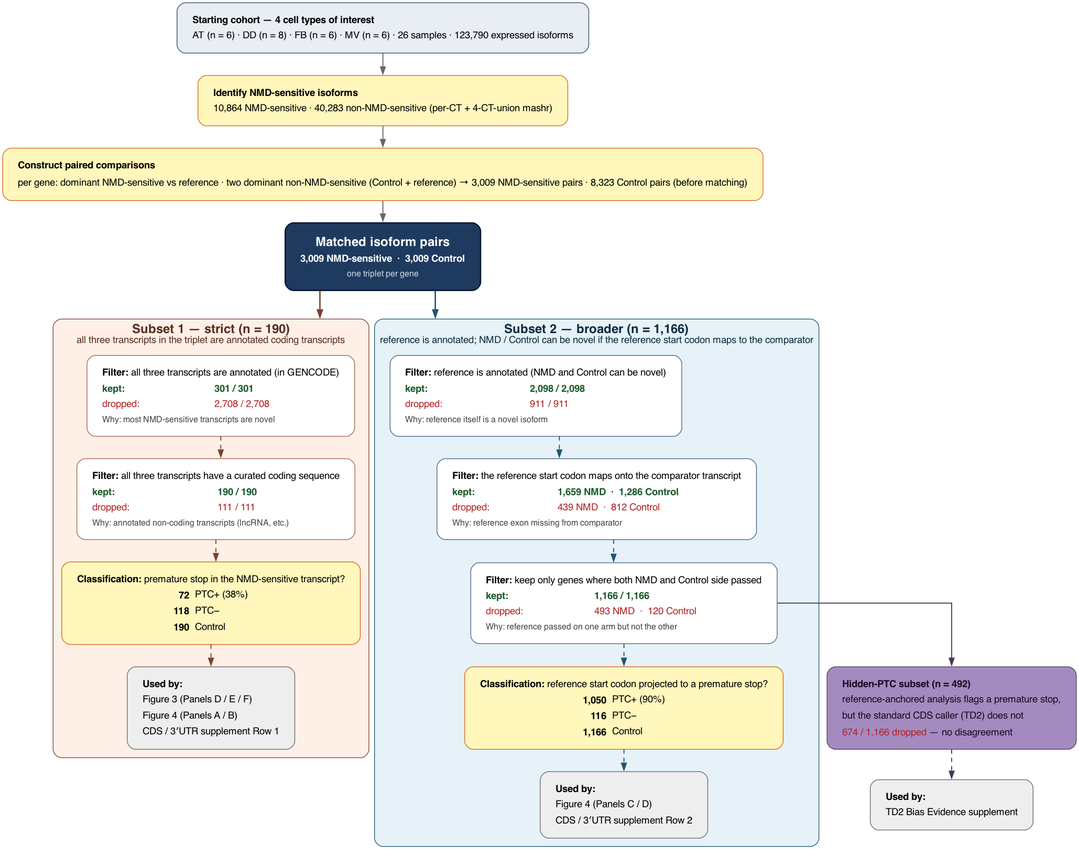
peter4244/nmd_isopair_analysis keeps this Graphviz diagram as figures/SupplementalFigures/SF28_PairAnalysisFlowchart/figure_s_pair_analysis_flowchart.png. Above is the earlier version. Its source is kept beside it as figures/SupplementalFigures/SF28_PairAnalysisFlowchart/figure_s_pair_analysis_flowchart.dot.
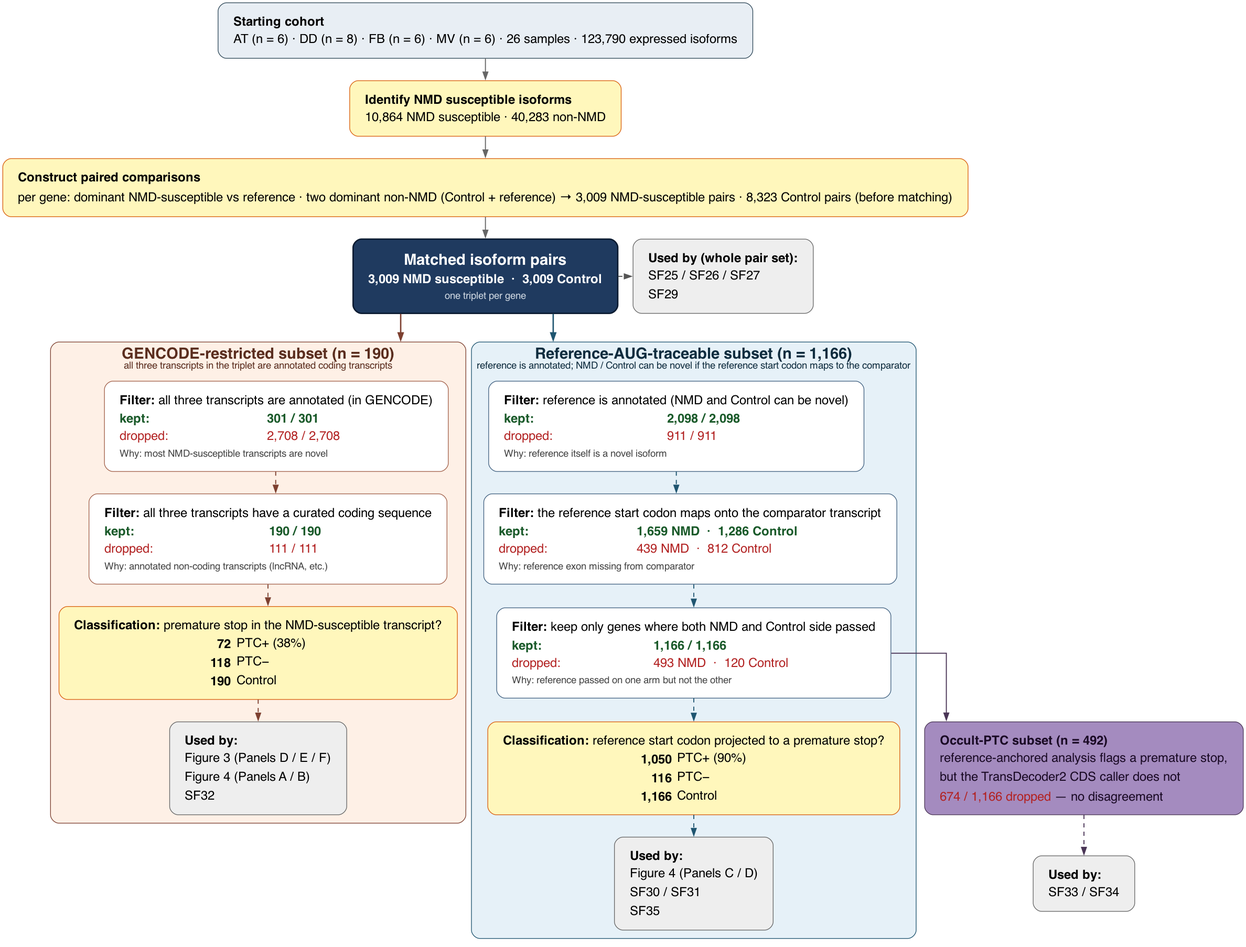
The same file after the commit.

Change to the diagram source:
```diff
@@ -2,27 +2,27 @@
   graph [rankdir=TB, fontname="Helvetica", nodesep=0.30, ranksep=0.45,
          splines=ortho, compound=true]
   node  [shape=box, style="rounded,filled", fontname="Helvetica",
-         fontsize=14, margin="0.25,0.18"]
+         fontsize=18, margin="0.25,0.18"]
   edge  [color="#666", penwidth=1.4, fontname="Helvetica",
-         fontsize=12, fontcolor="#444"]
+         fontsize=14, fontcolor="#444"]
 
-  U1 [label=<<TABLE BORDER="0" CELLBORDER="0" CELLSPACING="0" CELLPADDING="4"><TR><TD ALIGN="LEFT"><B>Starting cohort — 4 cell types of interest</B></TD></TR><TR><TD ALIGN="LEFT">AT (n = 6) · DD (n = 8) · FB (n = 6) · MV (n = 6) · 26 samples · 123,790 expressed isoforms</TD></TR></TABLE>>, fillcolor="#e8eef4", color="#2f4858"]
-  U2 [label=<<TABLE BORDER="0" CELLBORDER="0" CELLSPACING="0" CELLPADDING="4"><TR><TD ALIGN="LEFT"><B>Identify NMD-sensitive isoforms</B></TD></TR><TR><TD ALIGN="LEFT">10,864 NMD-sensitive · 40,283 non-NMD-sensitive (per-CT + 4-CT-union mashr)</TD></TR></TABLE>>, fillcolor="#fff7bc", color="#d95f0e"]
-  U3 [label=<<TABLE BORDER="0" CELLBORDER="0" CELLSPACING="0" CELLPADDING="4"><TR><TD ALIGN="LEFT"><B>Construct paired comparisons</B></TD></TR><TR><TD ALIGN="LEFT">per gene: dominant NMD-sensitive vs reference · two dominant non-NMD-sensitive (Control + reference) → 3,009 NMD-sensitive pairs · 8,323 Control pairs (before matching)</TD></TR></TABLE>>, fillcolor="#fff7bc", color="#d95f0e"]
+  U1 [label=<<TABLE BORDER="0" CELLBORDER="0" CELLSPACING="0" CELLPADDING="4"><TR><TD ALIGN="LEFT"><B>Starting cohort</B></TD></TR><TR><TD ALIGN="LEFT">AT (n = 6) · DD (n = 8) · FB (n = 6) · MV (n = 6) · 26 samples · 123,790 expressed isoforms</TD></TR></TABLE>>, fillcolor="#e8eef4", color="#2f4858"]
+  U2 [label=<<TABLE BORDER="0" CELLBORDER="0" CELLSPACING="0" CELLPADDING="4"><TR><TD ALIGN="LEFT"><B>Identify NMD susceptible isoforms</B></TD></TR><TR><TD ALIGN="LEFT">10,864 NMD susceptible · 40,283 non-NMD</TD></TR></TABLE>>, fillcolor="#fff7bc", color="#d95f0e"]
+  U3 [label=<<TABLE BORDER="0" CELLBORDER="0" CELLSPACING="0" CELLPADDING="4"><TR><TD ALIGN="LEFT"><B>Construct paired comparisons</B></TD></TR><TR><TD ALIGN="LEFT">per gene: dominant NMD-susceptible vs reference · two dominant non-NMD (Control + reference) → 3,009 NMD-susceptible pairs · 8,323 Control pairs (before matching)</TD></TR></TABLE>>, fillcolor="#fff7bc", color="#d95f0e"]
 
   U1 -> U2 -> U3
 
   HUB [label=<<TABLE BORDER="0" CELLBORDER="0" CELLSPACING="0" CELLPADDING="4">
-                <TR><TD ALIGN="CENTER"><FONT COLOR="white" POINT-SIZE="18"><B>Matched isoform pairs</B></FONT></TD></TR>
-                <TR><TD ALIGN="CENTER"><FONT COLOR="white"><B>3,009 NMD-sensitive  ·  3,009 Control</B></FONT></TD></TR>
-                <TR><TD ALIGN="CENTER"><FONT COLOR="#cfd8e2" POINT-SIZE="12">one triplet per gene</FONT></TD></TR>
+                <TR><TD ALIGN="CENTER"><FONT COLOR="white" POINT-SIZE="22"><B>Matched isoform pairs</B></FONT></TD></TR>
+                <TR><TD ALIGN="CENTER"><FONT COLOR="white"><B>3,009 NMD susceptible  ·  3,009 Control</B></FONT></TD></TR>
+                <TR><TD ALIGN="CENTER"><FONT COLOR="#cfd8e2" POINT-SIZE="14">one triplet per gene</FONT></TD></TR>
               </TABLE>>,
        fillcolor="#1f3a5f", color="#0a1a30", penwidth=2.0]
 
   U3 -> HUB
 
   subgraph cluster_S1 {
-    label = <<FONT POINT-SIZE="18"><B>Subset 1 — strict (n = 190)</B></FONT><BR/>all three transcripts in the triplet are annotated coding transcripts>
+    label = <<FONT POINT-SIZE="22"><B>GENCODE-restricted subset (n = 190)</B></FONT><BR/>all three transcripts in the triplet are annotated coding transcripts>
     labelloc = "t"
     style = "rounded,filled"
     fillcolor = "#fef0e6"
@@ -41,7 +41,7 @@
          <TD ALIGN="LEFT"><FONT COLOR="#b22222">2,708 / 2,708</FONT></TD>
        </TR>
        <TR>
-         <TD ALIGN="LEFT" COLSPAN="2"><FONT POINT-SIZE="12" COLOR="#444">Why: most NMD-sensitive transcripts are novel</FONT></TD>
+         <TD ALIGN="LEFT" COLSPAN="2"><FONT POINT-SIZE="14" COLOR="#444">Why: most NMD-susceptible transcripts are novel</FONT></TD>
        </TR>
      </TABLE>>, fillcolor="white", color="#a2604a"]
     S1_F2 [label=<<TABLE BORDER="0" CELLBORDER="0" CELLSPACING="0" CELLPADDING="4">
@@ -55,12 +55,12 @@
          <TD ALIGN="LEFT"><FONT COLOR="#b22222">111 / 111</FONT></TD>
        </TR>
        <TR>
-         <TD ALIGN="LEFT" COLSPAN="2"><FONT POINT-SIZE="12" COLOR="#444">Why: annotated non-coding transcripts (lncRNA, etc.)</FONT></TD>
+         <TD ALIGN="LEFT" COLSPAN="2"><FONT POINT-SIZE="14" COLOR="#444">Why: annotated non-coding transcripts (lncRNA, etc.)</FONT></TD>
        </TR>
      </TABLE>>, fillcolor="white", color="#a2604a"]
 
     S1_GROUPS [label=<<TABLE BORDER="0" CELLBORDER="0" CELLSPACING="0" CELLPADDING="4">
-                       <TR><TD ALIGN="LEFT" COLSPAN="2"><B>Classification:</B>&nbsp;premature stop in the NMD-sensitive transcript?</TD></TR>
+                       <TR><TD ALIGN="LEFT" COLSPAN="2"><B>Classification:</B>&nbsp;premature stop in the NMD-susceptible transcript?</TD></TR>
                        <TR><TD ALIGN="RIGHT"><B>72</B></TD><TD ALIGN="LEFT">PTC+ (38%)</TD></TR>
                        <TR><TD ALIGN="RIGHT"><B>118</B></TD><TD ALIGN="LEFT">PTC−</TD></TR>
                        <TR><TD ALIGN="RIGHT"><B>190</B></TD><TD ALIGN="LEFT">Control</TD></TR>
@@ -71,7 +71,7 @@
                      <TR><TD ALIGN="LEFT"><B>Used by:</B></TD></TR>
                      <TR><TD ALIGN="LEFT">Figure 3 (Panels D / E / F)</TD></TR>
                      <TR><TD ALIGN="LEFT">Figure 4 (Panels A / B)</TD></TR>
-                     <TR><TD ALIGN="LEFT">CDS / 3′UTR supplement Row 1</TD></TR>
+                     <TR><TD ALIGN="LEFT">SF32</TD></TR>
                    </TABLE>>,
              fillcolor="#eeeeee", color="#666"]
 
@@ -79,7 +79,7 @@
   }
 
   subgraph cluster_S2 {
-    label = <<FONT POINT-SIZE="18"><B>Subset 2 — broader (n = 1,166)</B></FONT><BR/>reference is annotated; NMD / Control can be novel if the reference start codon maps to the comparator>
+    label = <<FONT POINT-SIZE="22"><B>Reference-AUG-traceable subset (n = 1,166)</B></FONT><BR/>reference is annotated; NMD / Control can be novel if the reference start codon maps to the comparator>
     labelloc = "t"
     style = "rounded,filled"
     fillcolor = "#e6f1f8"
@@ -98,7 +98,7 @@
          <TD ALIGN="LEFT"><FONT COLOR="#b22222">911 / 911</FONT></TD>
        </TR>
        <TR>
-         <TD ALIGN="LEFT" COLSPAN="2"><FONT POINT-SIZE="12" COLOR="#444">Why: reference itself is a novel isoform</FONT></TD>
+         <TD ALIGN="LEFT" COLSPAN="2"><FONT POINT-SIZE="14" COLOR="#444">Why: reference itself is a novel isoform</FONT></TD>
        </TR>
      </TABLE>>, fillcolor="white", color="#406080"]
     S2_F2 [label=<<TABLE BORDER="0" CELLBORDER="0" CELLSPACING="0" CELLPADDING="4">
@@ -112,7 +112,7 @@
          <TD ALIGN="LEFT"><FONT COLOR="#b22222">439 NMD  ·  812 Control</FONT></TD>
        </TR>
        <TR>
-         <TD ALIGN="LEFT" COLSPAN="2"><FONT POINT-SIZE="12" COLOR="#444">Why: reference exon missing from comparator</FONT></TD>
+         <TD ALIGN="LEFT" COLSPAN="2"><FONT POINT-SIZE="14" COLOR="#444">Why: reference exon missing from comparator</FONT></TD>
        </TR>
      </TABLE>>, fillcolor="white", color="#406080"]
     S2_F3 [label=<<TABLE BORDER="0" CELLBORDER="0" CELLSPACING="0" CELLPADDING="4">
@@ -126,7 +126,7 @@
          <TD ALIGN="LEFT"><FONT COLOR="#b22222">493 NMD  ·  120 Control</FONT></TD>
        </TR>
        <TR>
-         <TD ALIGN="LEFT" COLSPAN="2"><FONT POINT-SIZE="12" COLOR="#444">Why: reference passed on one arm but not the other</FONT></TD>
+         <TD ALIGN="LEFT" COLSPAN="2"><FONT POINT-SIZE="14" COLOR="#444">Why: reference passed on one arm but not the other</FONT></TD>
        </TR>
      </TABLE>>, fillcolor="white", color="#406080"]
 
@@ -141,7 +141,8 @@
     S2_CONS [label=<<TABLE BORDER="0" CELLBORDER="0" CELLSPACING="0" CELLPADDING="4">
                      <TR><TD ALIGN="LEFT"><B>Used by:</B></TD></TR>
                      <TR><TD ALIGN="LEFT">Figure 4 (Panels C / D)</TD></TR>
-                     <TR><TD ALIGN="LEFT">CDS / 3′UTR supplement Row 2</TD></TR>
+                     <TR><TD ALIGN="LEFT">SF30 / SF31</TD></TR>
+                     <TR><TD ALIGN="LEFT">SF35</TD></TR>
                    </TABLE>>,
              fillcolor="#eeeeee", color="#666"]
 
@@ -149,21 +150,30 @@
   }
 
   HPTC [label=<<TABLE BORDER="0" CELLBORDER="0" CELLSPACING="0" CELLPADDING="4">
-                <TR><TD ALIGN="LEFT"><B>Hidden-PTC subset (n = 492)</B></TD></TR>
+                <TR><TD ALIGN="LEFT"><B>Occult-PTC subset (n = 492)</B></TD></TR>
                 <TR><TD ALIGN="LEFT">reference-anchored analysis flags a premature stop,</TD></TR>
-                <TR><TD ALIGN="LEFT">but the standard CDS caller (TD2) does not</TD></TR>
+                <TR><TD ALIGN="LEFT">but the TransDecoder2 CDS caller does not</TD></TR>
                 <TR><TD ALIGN="LEFT"><FONT COLOR="#b22222">674 / 1,166 dropped</FONT> — no disagreement</TD></TR>
               </TABLE>>,
         fillcolor="#a48bbf", color="#4a3556", fontcolor="#1a0a25"]
 
   HPTC_CONS [label=<<TABLE BORDER="0" CELLBORDER="0" CELLSPACING="0" CELLPADDING="4">
                      <TR><TD ALIGN="LEFT"><B>Used by:</B></TD></TR>
-                     <TR><TD ALIGN="LEFT">TD2 Bias Evidence supplement</TD></TR>
+                     <TR><TD ALIGN="LEFT">SF33 / SF34</TD></TR>
                    </TABLE>>,
              fillcolor="#eeeeee", color="#666"]
 
+  HUB_CONS [label=<<TABLE BORDER="0" CELLBORDER="0" CELLSPACING="0" CELLPADDING="4">
+                    <TR><TD ALIGN="LEFT"><B>Used by (whole pair set):</B></TD></TR>
+                    <TR><TD ALIGN="LEFT">SF25 / SF26 / SF27</TD></TR>
+                    <TR><TD ALIGN="LEFT">SF29</TD></TR>
+                  </TABLE>>,
+            fillcolor="#eeeeee", color="#666"]
+
   HUB -> S1_F1 [lhead=cluster_S1, color="#7d4030", penwidth=2.0, minlen=2]
   HUB -> S2_F1 [lhead=cluster_S2, color="#1f5570", penwidth=2.0, minlen=2]
+  HUB -> HUB_CONS [style=dashed, color="#555", constraint=false]
+  { rank = same; HUB; HUB_CONS }
 
   S2_F3 -> HPTC [color="#4a3556"]
   HPTC -> HPTC_CONS [style=dashed, color="#4a3556"]
```
